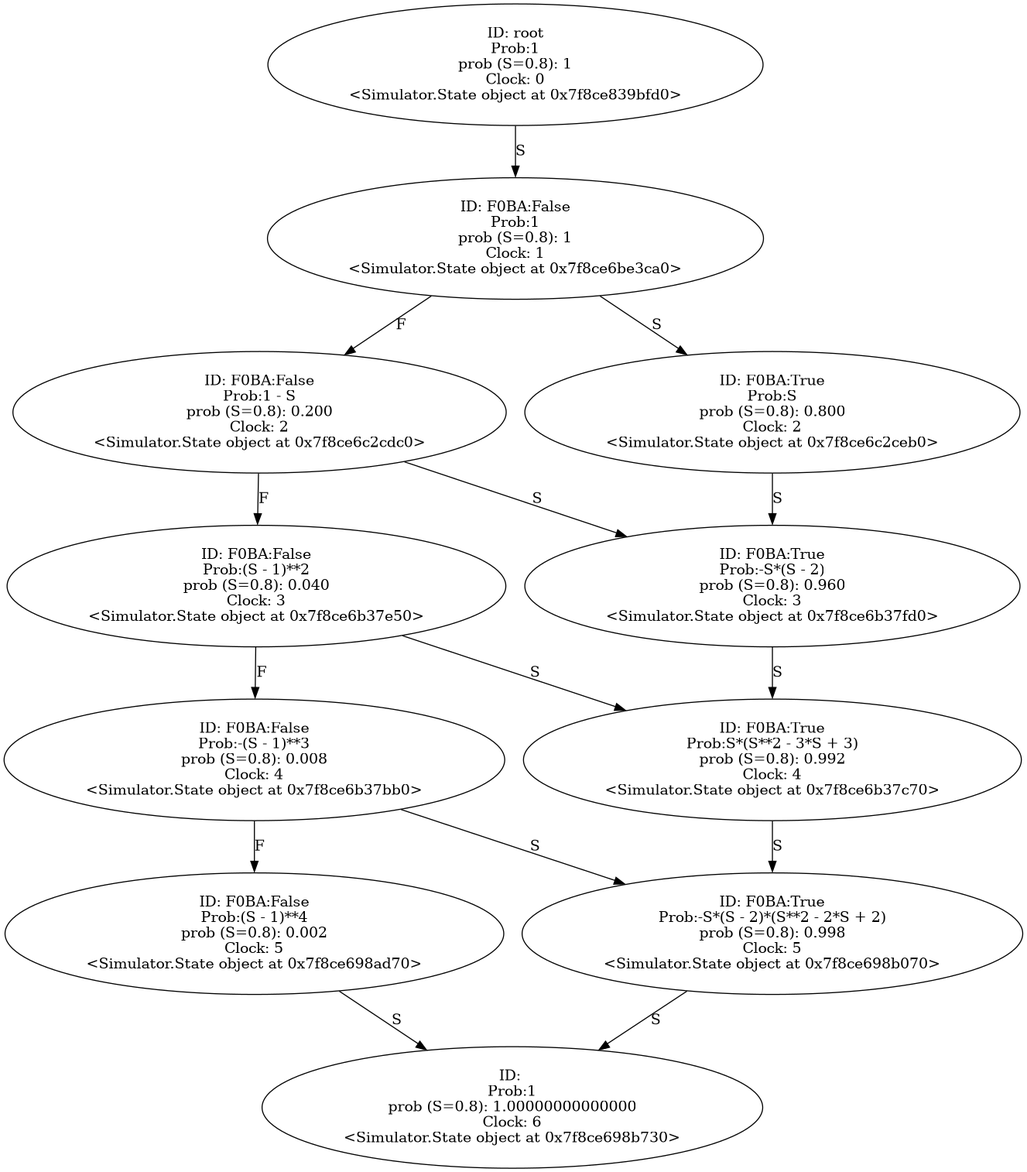
The Graphviz diagram Output/pulls.wrp.gv.png in YasinBoloorchi/WARP-Simulator, before a commit. Its source is kept beside it as Output/pulls.wrp.gv.
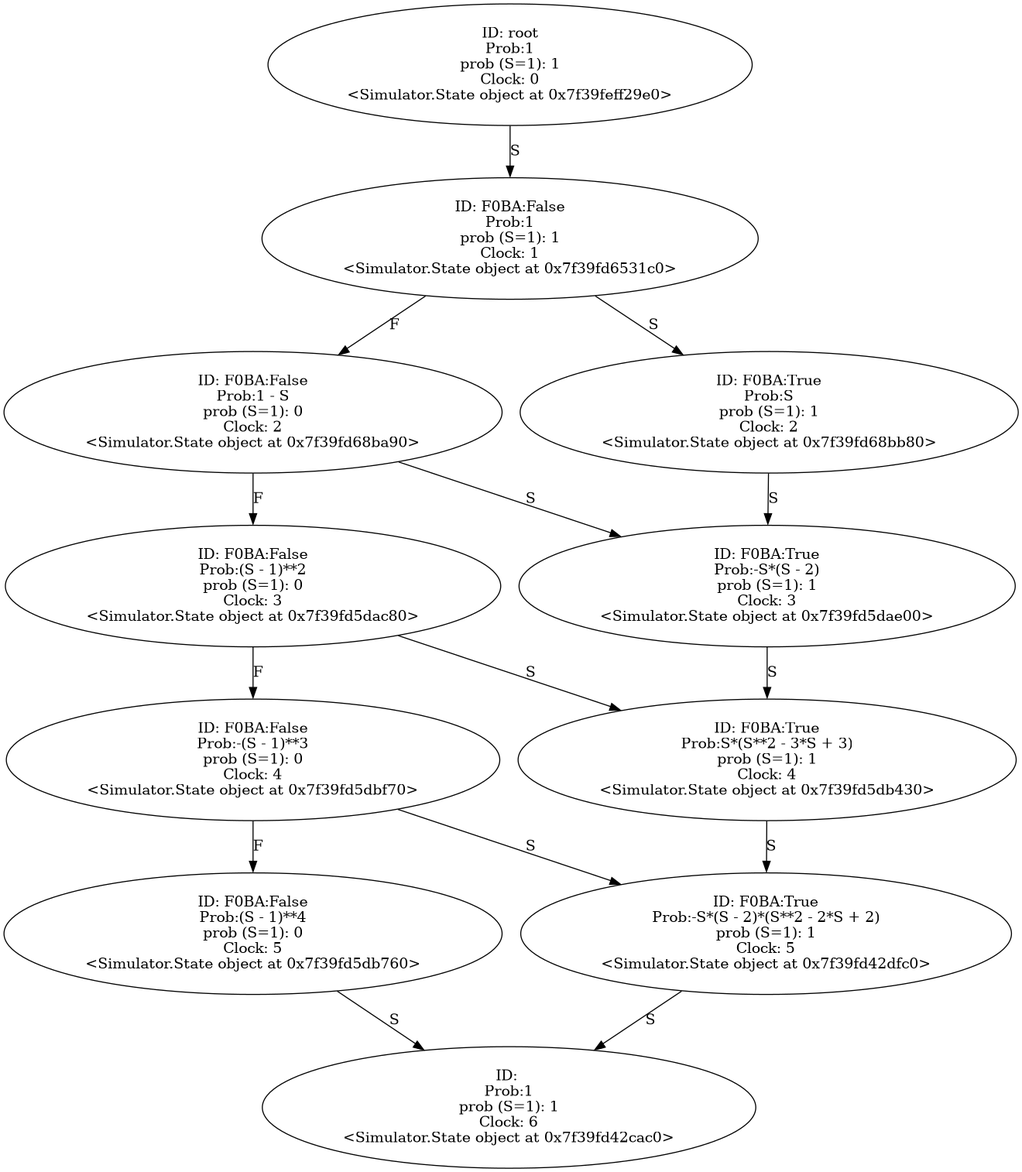
The same file after the commit.

What changed in the source:
```diff
@@ -1,71 +1,71 @@
 digraph "./Output/pulls.wrp" {
-	<Simulator.State object at 0x7f8ce839bfd0> [label="ID: root
+	<Simulator.State object at 0x7f39feff29e0> [label="ID: root
 Prob:1
-prob (S=0.8): 1
+prob (S=1): 1
 Clock: 0
-<Simulator.State object at 0x7f8ce839bfd0>"]
-	<Simulator.State object at 0x7f8ce839bfd0> -> <Simulator.State object at 0x7f8ce6be3ca0> [label=S]
-	<Simulator.State object at 0x7f8ce6be3ca0> [label="ID: F0BA:False
+<Simulator.State object at 0x7f39feff29e0>"]
+	<Simulator.State object at 0x7f39feff29e0> -> <Simulator.State object at 0x7f39fd6531c0> [label=S]
+	<Simulator.State object at 0x7f39fd6531c0> [label="ID: F0BA:False
 Prob:1
-prob (S=0.8): 1
+prob (S=1): 1
 Clock: 1
-<Simulator.State object at 0x7f8ce6be3ca0>"]
-	<Simulator.State object at 0x7f8ce6be3ca0> -> <Simulator.State object at 0x7f8ce6c2cdc0> [label=F]
-	<Simulator.State object at 0x7f8ce6be3ca0> -> <Simulator.State object at 0x7f8ce6c2ceb0> [label=S]
-	<Simulator.State object at 0x7f8ce6c2cdc0> [label="ID: F0BA:False
+<Simulator.State object at 0x7f39fd6531c0>"]
+	<Simulator.State object at 0x7f39fd6531c0> -> <Simulator.State object at 0x7f39fd68ba90> [label=F]
+	<Simulator.State object at 0x7f39fd6531c0> -> <Simulator.State object at 0x7f39fd68bb80> [label=S]
+	<Simulator.State object at 0x7f39fd68ba90> [label="ID: F0BA:False
 Prob:1 - S
-prob (S=0.8): 0.200
+prob (S=1): 0
 Clock: 2
-<Simulator.State object at 0x7f8ce6c2cdc0>"]
-	<Simulator.State object at 0x7f8ce6c2cdc0> -> <Simulator.State object at 0x7f8ce6b37e50> [label=F]
-	<Simulator.State object at 0x7f8ce6c2cdc0> -> <Simulator.State object at 0x7f8ce6b37fd0> [label=S]
-	<Simulator.State object at 0x7f8ce6c2ceb0> [label="ID: F0BA:True
+<Simulator.State object at 0x7f39fd68ba90>"]
+	<Simulator.State object at 0x7f39fd68ba90> -> <Simulator.State object at 0x7f39fd5dac80> [label=F]
+	<Simulator.State object at 0x7f39fd68ba90> -> <Simulator.State object at 0x7f39fd5dae00> [label=S]
+	<Simulator.State object at 0x7f39fd68bb80> [label="ID: F0BA:True
 Prob:S
-prob (S=0.8): 0.800
+prob (S=1): 1
 Clock: 2
-<Simulator.State object at 0x7f8ce6c2ceb0>"]
-	<Simulator.State object at 0x7f8ce6c2ceb0> -> <Simulator.State object at 0x7f8ce6b37fd0> [label=S]
-	<Simulator.State object at 0x7f8ce6b37e50> [label="ID: F0BA:False
+<Simulator.State object at 0x7f39fd68bb80>"]
+	<Simulator.State object at 0x7f39fd68bb80> -> <Simulator.State object at 0x7f39fd5dae00> [label=S]
+	<Simulator.State object at 0x7f39fd5dac80> [label="ID: F0BA:False
 Prob:(S - 1)**2
-prob (S=0.8): 0.040
+prob (S=1): 0
 Clock: 3
-<Simulator.State object at 0x7f8ce6b37e50>"]
-	<Simulator.State object at 0x7f8ce6b37e50> -> <Simulator.State object at 0x7f8ce6b37bb0> [label=F]
-	<Simulator.State object at 0x7f8ce6b37e50> -> <Simulator.State object at 0x7f8ce6b37c70> [label=S]
-	<Simulator.State object at 0x7f8ce6b37fd0> [label="ID: F0BA:True
+<Simulator.State object at 0x7f39fd5dac80>"]
+	<Simulator.State object at 0x7f39fd5dac80> -> <Simulator.State object at 0x7f39fd5dbf70> [label=F]
+	<Simulator.State object at 0x7f39fd5dac80> -> <Simulator.State object at 0x7f39fd5db430> [label=S]
+	<Simulator.State object at 0x7f39fd5dae00> [label="ID: F0BA:True
 Prob:-S*(S - 2)
-prob (S=0.8): 0.960
+prob (S=1): 1
 Clock: 3
-<Simulator.State object at 0x7f8ce6b37fd0>"]
-	<Simulator.State object at 0x7f8ce6b37fd0> -> <Simulator.State object at 0x7f8ce6b37c70> [label=S]
-	<Simulator.State object at 0x7f8ce6b37bb0> [label="ID: F0BA:False
+<Simulator.State object at 0x7f39fd5dae00>"]
+	<Simulator.State object at 0x7f39fd5dae00> -> <Simulator.State object at 0x7f39fd5db430> [label=S]
+	<Simulator.State object at 0x7f39fd5dbf70> [label="ID: F0BA:False
 Prob:-(S - 1)**3
-prob (S=0.8): 0.008
+prob (S=1): 0
 Clock: 4
-<Simulator.State object at 0x7f8ce6b37bb0>"]
-	<Simulator.State object at 0x7f8ce6b37bb0> -> <Simulator.State object at 0x7f8ce698ad70> [label=F]
-	<Simulator.State object at 0x7f8ce6b37bb0> -> <Simulator.State object at 0x7f8ce698b070> [label=S]
-	<Simulator.State object at 0x7f8ce6b37c70> [label="ID: F0BA:True
+<Simulator.State object at 0x7f39fd5dbf70>"]
+	<Simulator.State object at 0x7f39fd5dbf70> -> <Simulator.State object at 0x7f39fd5db760> [label=F]
+	<Simulator.State object at 0x7f39fd5dbf70> -> <Simulator.State object at 0x7f39fd42dfc0> [label=S]
+	<Simulator.State object at 0x7f39fd5db430> [label="ID: F0BA:True
 Prob:S*(S**2 - 3*S + 3)
-prob (S=0.8): 0.992
+prob (S=1): 1
 Clock: 4
-<Simulator.State object at 0x7f8ce6b37c70>"]
-	<Simulator.State object at 0x7f8ce6b37c70> -> <Simulator.State object at 0x7f8ce698b070> [label=S]
-	<Simulator.State object at 0x7f8ce698ad70> [label="ID: F0BA:False
+<Simulator.State object at 0x7f39fd5db430>"]
+	<Simulator.State object at 0x7f39fd5db430> -> <Simulator.State object at 0x7f39fd42dfc0> [label=S]
+	<Simulator.State object at 0x7f39fd5db760> [label="ID: F0BA:False
 Prob:(S - 1)**4
-prob (S=0.8): 0.002
+prob (S=1): 0
 Clock: 5
-<Simulator.State object at 0x7f8ce698ad70>"]
-	<Simulator.State object at 0x7f8ce698ad70> -> <Simulator.State object at 0x7f8ce698b730> [label=S]
-	<Simulator.State object at 0x7f8ce698b070> [label="ID: F0BA:True
+<Simulator.State object at 0x7f39fd5db760>"]
+	<Simulator.State object at 0x7f39fd5db760> -> <Simulator.State object at 0x7f39fd42cac0> [label=S]
+	<Simulator.State object at 0x7f39fd42dfc0> [label="ID: F0BA:True
 Prob:-S*(S - 2)*(S**2 - 2*S + 2)
-prob (S=0.8): 0.998
+prob (S=1): 1
 Clock: 5
-<Simulator.State object at 0x7f8ce698b070>"]
-	<Simulator.State object at 0x7f8ce698b070> -> <Simulator.State object at 0x7f8ce698b730> [label=S]
-	<Simulator.State object at 0x7f8ce698b730> [label="ID:
+<Simulator.State object at 0x7f39fd42dfc0>"]
+	<Simulator.State object at 0x7f39fd42dfc0> -> <Simulator.State object at 0x7f39fd42cac0> [label=S]
+	<Simulator.State object at 0x7f39fd42cac0> [label="ID:
 Prob:1
-prob (S=0.8): 1.00000000000000
+prob (S=1): 1
 Clock: 6
-<Simulator.State object at 0x7f8ce698b730>"]
+<Simulator.State object at 0x7f39fd42cac0>"]
 }
```
